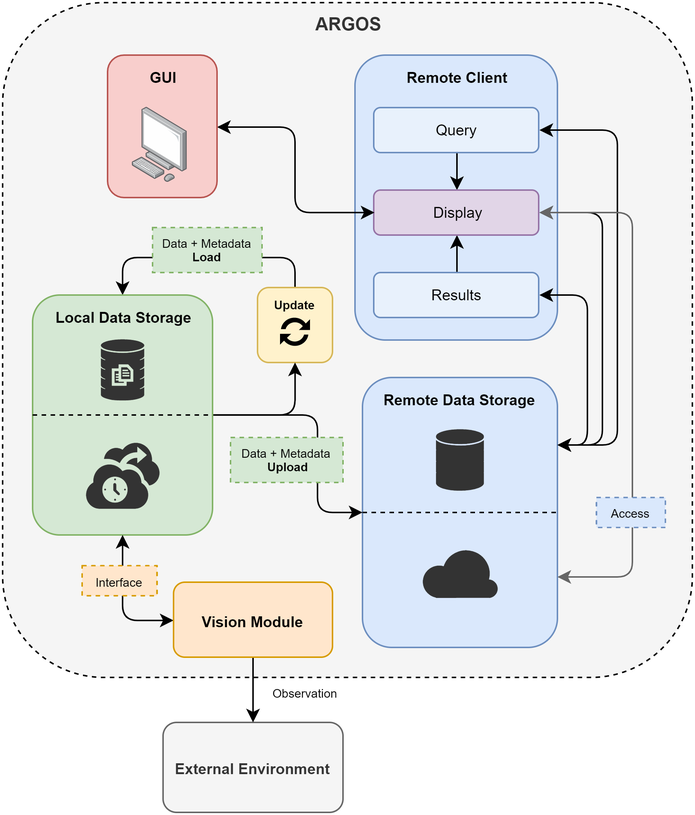
esrg-silent-howl/argos keeps this draw.io diagram as 3. Design/6. Database/database_ov.png. Above is the earlier version. Source tidied: cells renumbered, new cells last; positions are measured from the earlier drawing's top-left corner, leaving out a move shared by most shapes. Its diagram source:
```xml
<mxGraphModel>
  <root>
    <mxCell id="0" />
    <mxCell id="1" parent="0" />
    <mxCell id="2" value="&lt;span&gt;ARGOS&lt;/span&gt;" style="rounded=1;whiteSpace=wrap;html=1;dashed=1;verticalAlign=top;fontStyle=1;fillColor=#f5f5f5;strokeColor=#000000;fontColor=#333333;" parent="1" vertex="1">
      <mxGeometry width="460" height="450" as="geometry" />
    </mxCell>
    <mxCell id="3" style="edgeStyle=orthogonalEdgeStyle;rounded=1;jettySize=auto;html=1;exitX=0.5;exitY=0;exitDx=0;exitDy=0;entryX=0.5;entryY=0;entryDx=0;entryDy=0;fontSize=8;" parent="1" edge="1" source="4" target="8">
      <mxGeometry relative="1" as="geometry">
        <Array as="points">
          <mxPoint x="195" y="170" />
          <mxPoint x="80" y="170" />
        </Array>
      </mxGeometry>
    </mxCell>
    <mxCell id="4" value="Update" style="rounded=1;whiteSpace=wrap;html=1;strokeColor=#d6b656;fillColor=#fff2cc;fontSize=8;verticalAlign=top;fontStyle=1;" parent="1" vertex="1">
      <mxGeometry x="170" y="190" width="50" height="50" as="geometry" />
    </mxCell>
    <mxCell id="5" value="&lt;font size=&quot;1&quot;&gt;&lt;b&gt;Remote Data Storage&lt;/b&gt;&lt;/font&gt;" style="rounded=1;whiteSpace=wrap;html=1;strokeColor=#6c8ebf;fillColor=#dae8fc;verticalAlign=top;fontStyle=0;" parent="1" vertex="1">
      <mxGeometry x="240" y="250" width="130" height="180" as="geometry" />
    </mxCell>
    <mxCell id="6" style="edgeStyle=orthogonalEdgeStyle;rounded=1;jettySize=auto;html=1;entryX=0;entryY=0.5;entryDx=0;entryDy=0;exitX=1;exitY=0.5;exitDx=0;exitDy=0;" parent="1" edge="1" source="8" target="5">
      <mxGeometry relative="1" as="geometry">
        <Array as="points">
          <mxPoint x="210" y="275" />
          <mxPoint x="210" y="340" />
        </Array>
      </mxGeometry>
    </mxCell>
    <mxCell id="7" style="edgeStyle=orthogonalEdgeStyle;rounded=1;jettySize=auto;html=1;entryX=0.5;entryY=1;entryDx=0;entryDy=0;fontSize=8;" parent="1" edge="1" target="4">
      <mxGeometry relative="1" as="geometry">
        <mxPoint x="140" y="275" as="sourcePoint" />
      </mxGeometry>
    </mxCell>
    <mxCell id="8" value="&lt;font style=&quot;font-size: 10px&quot;&gt;Local Data Storage&lt;/font&gt;" style="rounded=1;whiteSpace=wrap;html=1;strokeColor=#82b366;fillColor=#d5e8d4;verticalAlign=top;fontStyle=1;" parent="1" vertex="1">
      <mxGeometry x="20" y="195" width="120" height="160" as="geometry" />
    </mxCell>
    <mxCell id="9" value="&lt;font style=&quot;font-size: 10px&quot;&gt;&lt;b&gt;External Environment&lt;/b&gt;&lt;/font&gt;" style="rounded=1;whiteSpace=wrap;html=1;strokeColor=#666666;fillColor=#f5f5f5;fontColor=#333333;fontStyle=0;" parent="1" vertex="1">
      <mxGeometry x="107" y="480" width="120" height="60" as="geometry" />
    </mxCell>
    <mxCell id="10" style="edgeStyle=orthogonalEdgeStyle;rounded=0;jettySize=auto;html=1;exitX=0.5;exitY=1;exitDx=0;exitDy=0;entryX=0.5;entryY=0;entryDx=0;entryDy=0;" parent="1" edge="1" source="12" target="9">
      <mxGeometry relative="1" as="geometry" />
    </mxCell>
    <mxCell id="11" style="edgeStyle=orthogonalEdgeStyle;rounded=1;jettySize=auto;html=1;exitX=0;exitY=0.5;exitDx=0;exitDy=0;fontSize=8;fontColor=#FFFFFF;startArrow=classic;startFill=1;" parent="1" edge="1" source="12" target="8">
      <mxGeometry relative="1" as="geometry" />
    </mxCell>
    <mxCell id="12" value="&lt;font size=&quot;1&quot;&gt;&lt;b&gt;Vision Module&lt;/b&gt;&lt;/font&gt;" style="rounded=1;whiteSpace=wrap;html=1;strokeColor=#d79b00;fillColor=#ffe6cc;fontStyle=0;" parent="1" vertex="1">
      <mxGeometry x="114" y="386.5" width="106" height="50" as="geometry" />
    </mxCell>
    <mxCell id="13" value="Data + Metadata&amp;nbsp;&lt;br&gt;&lt;b&gt;Upload&lt;/b&gt;" style="text;html=1;strokeColor=#82b366;fillColor=#d5e8d4;align=center;verticalAlign=middle;whiteSpace=wrap;rounded=0;dashed=1;fontSize=8;" parent="1" vertex="1">
      <mxGeometry x="152" y="290" width="75" height="30" as="geometry" />
    </mxCell>
    <mxCell id="14" value="&lt;font style=&quot;font-size: 8px&quot;&gt;Interface&lt;/font&gt;" style="text;html=1;strokeColor=#d79b00;fillColor=#ffe6cc;align=center;verticalAlign=middle;whiteSpace=wrap;rounded=0;dashed=1;fontSize=10;" parent="1" vertex="1">
      <mxGeometry x="53" y="375.5" width="50" height="20" as="geometry" />
    </mxCell>
    <mxCell id="15" style="endArrow=none;dashed=1;html=1;exitX=0;exitY=0.5;exitDx=0;exitDy=0;entryX=1;entryY=0.5;entryDx=0;entryDy=0;" parent="1" edge="1" source="5" target="5">
      <mxGeometry relative="1" as="geometry" />
    </mxCell>
    <mxCell id="16" style="endArrow=none;dashed=1;html=1;exitX=0;exitY=0.5;exitDx=0;exitDy=0;entryX=1;entryY=0.5;entryDx=0;entryDy=0;" parent="1" edge="1" source="8" target="8">
      <mxGeometry relative="1" as="geometry" />
    </mxCell>
    <mxCell id="17" style="verticalLabelPosition=bottom;html=1;verticalAlign=top;align=center;strokeColor=none;fillColor=#333333;shape=mxgraph.azure.backup_service;dashed=1;" parent="1" vertex="1">
      <mxGeometry x="55" y="292.5" width="50" height="45" as="geometry" />
    </mxCell>
    <mxCell id="18" style="html=1;strokeColor=none;shadow=0;align=center;verticalAlign=top;fillColor=#333333;shape=mxgraph.gcp2.database_3;dashed=1;" parent="1" vertex="1">
      <mxGeometry x="65.5" y="224.5" width="29" height="41" as="geometry" />
    </mxCell>
    <mxCell id="19" style="shadow=0;dashed=0;html=1;strokeColor=none;labelPosition=center;verticalLabelPosition=bottom;verticalAlign=top;align=center;fillColor=#000000;shape=mxgraph.mscae.intune.update;fontSize=8;direction=east;flipH=0;" parent="1" vertex="1">
      <mxGeometry x="185" y="209.5" width="20" height="20" as="geometry" />
    </mxCell>
    <mxCell id="20" style="html=1;strokeColor=#333333;shadow=0;align=center;verticalAlign=middle;fillColor=#333333;shape=mxgraph.gcp2.database_2;fontSize=8;fontColor=#333333;" parent="1" vertex="1">
      <mxGeometry x="289.5" y="285" width="31" height="40" as="geometry" />
    </mxCell>
    <mxCell id="21" style="verticalLabelPosition=bottom;html=1;verticalAlign=top;align=center;strokeColor=#333333;fillColor=#333333;shape=mxgraph.azure.cloud;fontSize=8;" parent="1" vertex="1">
      <mxGeometry x="280" y="364" width="50" height="32.5" as="geometry" />
    </mxCell>
    <mxCell id="22" value="Data + Metadata &lt;b&gt;Load&lt;/b&gt;" style="text;html=1;strokeColor=#82b366;fillColor=#d5e8d4;align=center;verticalAlign=middle;whiteSpace=wrap;rounded=0;dashed=1;fontSize=8;" parent="1" vertex="1">
      <mxGeometry x="100" y="150" width="73" height="30" as="geometry" />
    </mxCell>
    <mxCell id="23" value="&lt;font size=&quot;1&quot;&gt;&lt;b&gt;Remote Client&lt;/b&gt;&lt;/font&gt;" style="rounded=1;whiteSpace=wrap;html=1;strokeColor=#6c8ebf;fillColor=#dae8fc;verticalAlign=top;" parent="1" vertex="1">
      <mxGeometry x="235" y="35" width="135" height="190" as="geometry" />
    </mxCell>
    <mxCell id="24" style="edgeStyle=orthogonalEdgeStyle;rounded=1;jettySize=auto;html=1;exitX=0.5;exitY=1;exitDx=0;exitDy=0;entryX=0.5;entryY=0;entryDx=0;entryDy=0;startArrow=none;startFill=0;" parent="1" edge="1" source="25" target="28">
      <mxGeometry relative="1" as="geometry" />
    </mxCell>
    <mxCell id="25" value="&lt;font style=&quot;font-size: 10px&quot;&gt;Query&lt;/font&gt;" style="rounded=1;whiteSpace=wrap;html=1;strokeColor=#6c8ebf;fillColor=#E8F1FC;verticalAlign=top;fontStyle=0;" parent="1" vertex="1">
      <mxGeometry x="247.5" y="70" width="110" height="30" as="geometry" />
    </mxCell>
    <mxCell id="26" style="edgeStyle=orthogonalEdgeStyle;rounded=1;jettySize=auto;html=1;exitX=1;exitY=0.5;exitDx=0;exitDy=0;entryX=1;entryY=0.25;entryDx=0;entryDy=0;startArrow=classic;startFill=1;" parent="1" edge="1" source="28" target="5">
      <mxGeometry relative="1" as="geometry">
        <Array as="points">
          <mxPoint x="400" y="140" />
          <mxPoint x="400" y="295" />
        </Array>
      </mxGeometry>
    </mxCell>
    <mxCell id="27" style="edgeStyle=orthogonalEdgeStyle;rounded=1;jettySize=auto;html=1;exitX=0.5;exitY=1;exitDx=0;exitDy=0;entryX=0.5;entryY=0;entryDx=0;entryDy=0;startArrow=classic;startFill=1;endArrow=none;endFill=0;" parent="1" edge="1" source="28" target="29">
      <mxGeometry relative="1" as="geometry" />
    </mxCell>
    <mxCell id="28" value="&lt;font style=&quot;font-size: 10px&quot;&gt;Display&lt;/font&gt;" style="rounded=1;whiteSpace=wrap;html=1;strokeColor=#9673a6;fillColor=#e1d5e7;verticalAlign=top;fontStyle=0;" parent="1" vertex="1">
      <mxGeometry x="247.5" y="125" width="110" height="30" as="geometry" />
    </mxCell>
    <mxCell id="29" value="&lt;font style=&quot;font-size: 10px&quot;&gt;Results&lt;/font&gt;" style="rounded=1;whiteSpace=wrap;html=1;strokeColor=#6C8EBF;fillColor=#E8F1FC;verticalAlign=top;fontStyle=0;" parent="1" vertex="1">
      <mxGeometry x="247.5" y="180" width="110" height="30" as="geometry" />
    </mxCell>
    <mxCell id="30" style="edgeStyle=orthogonalEdgeStyle;rounded=1;jettySize=auto;html=1;exitX=1;exitY=0.25;exitDx=0;exitDy=0;entryX=1;entryY=0.5;entryDx=0;entryDy=0;startArrow=classic;startFill=1;" parent="1" edge="1" source="5" target="25">
      <mxGeometry relative="1" as="geometry">
        <Array as="points">
          <mxPoint x="410" y="295" />
          <mxPoint x="410" y="85" />
        </Array>
      </mxGeometry>
    </mxCell>
    <mxCell id="31" style="edgeStyle=orthogonalEdgeStyle;rounded=1;jettySize=auto;html=1;exitX=1;exitY=0.5;exitDx=0;exitDy=0;entryX=1;entryY=0.25;entryDx=0;entryDy=0;startArrow=classic;startFill=1;" parent="1" edge="1" source="29" target="5">
      <mxGeometry relative="1" as="geometry">
        <Array as="points">
          <mxPoint x="390" y="195" />
          <mxPoint x="390" y="295" />
        </Array>
      </mxGeometry>
    </mxCell>
    <mxCell id="32" style="edgeStyle=orthogonalEdgeStyle;rounded=1;jettySize=auto;html=1;exitX=1;exitY=0.5;exitDx=0;exitDy=0;entryX=0;entryY=0.5;entryDx=0;entryDy=0;startArrow=classic;startFill=1;" parent="1" edge="1" source="33" target="28">
      <mxGeometry relative="1" as="geometry" />
    </mxCell>
    <mxCell id="33" value="&lt;div&gt;&lt;span style=&quot;font-size: 10px&quot;&gt;GUI&lt;/span&gt;&lt;/div&gt;" style="rounded=1;whiteSpace=wrap;html=1;strokeColor=#b85450;fillColor=#f8cecc;verticalAlign=top;align=center;fontStyle=1;" parent="1" vertex="1">
      <mxGeometry x="70" y="35" width="73" height="95" as="geometry" />
    </mxCell>
    <mxCell id="34" style="html=1;align=center;shadow=0;dashed=0;image;image=img/lib/allied_telesis/computer_and_terminals/Personal_Computer.svg;strokeColor=#6C8EBF;fillColor=#000000;" parent="1" vertex="1">
      <mxGeometry x="86" y="70" width="38" height="50" as="geometry" />
    </mxCell>
    <mxCell id="35" style="edgeStyle=orthogonalEdgeStyle;rounded=1;jettySize=auto;html=1;exitX=0.999;exitY=0.738;exitDx=0;exitDy=0;entryX=1;entryY=0.5;entryDx=0;entryDy=0;startArrow=classic;startFill=1;fillColor=#f5f5f5;strokeColor=#666666;exitPerimeter=0;" parent="1" edge="1" source="5" target="28">
      <mxGeometry relative="1" as="geometry">
        <Array as="points">
          <mxPoint x="380" y="383" />
          <mxPoint x="420" y="383" />
          <mxPoint x="420" y="145" />
        </Array>
      </mxGeometry>
    </mxCell>
    <mxCell id="36" value="&lt;font style=&quot;font-size: 8px&quot;&gt;Observation&lt;/font&gt;" style="text;html=1;strokeColor=none;fillColor=none;align=center;verticalAlign=middle;whiteSpace=wrap;rounded=0;dashed=1;fontSize=10;" parent="1" vertex="1">
      <mxGeometry x="167" y="450" width="70" height="20" as="geometry" />
    </mxCell>
    <mxCell id="37" value="&lt;font style=&quot;font-size: 8px&quot;&gt;Access&lt;/font&gt;" style="text;html=1;align=center;verticalAlign=middle;whiteSpace=wrap;rounded=0;dashed=1;fontSize=10;fillColor=#dae8fc;strokeColor=#6c8ebf;" parent="1" vertex="1">
      <mxGeometry x="396" y="330" width="46" height="20" as="geometry" />
    </mxCell>
  </root>
</mxGraphModel>
```
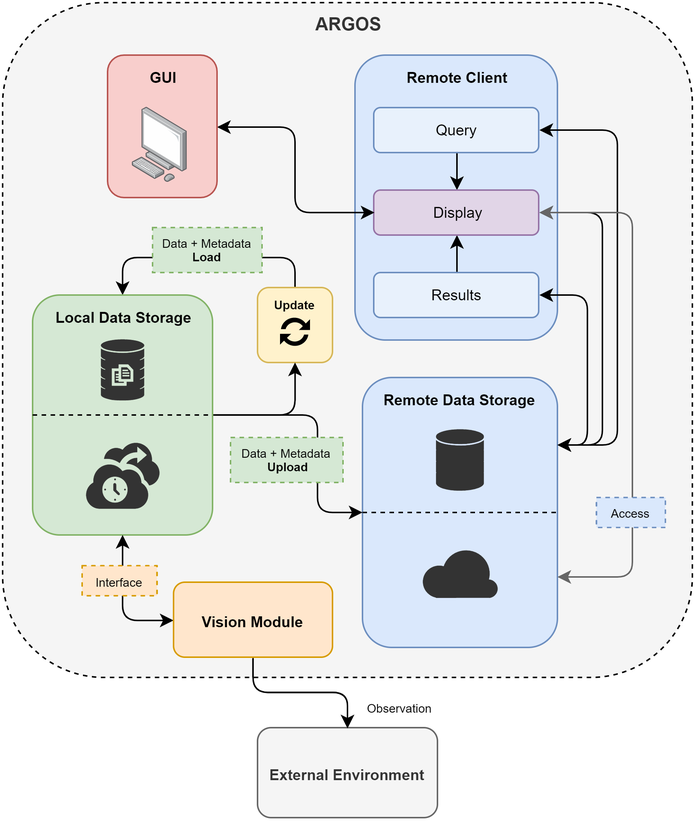
Above is the later version.

The edit, as a diff of the source:
```diff
@@ -36,9 +36,9 @@
       <mxGeometry x="20" y="195" width="120" height="160" as="geometry" />
     </mxCell>
     <mxCell id="9" value="&lt;font style=&quot;font-size: 10px&quot;&gt;&lt;b&gt;External Environment&lt;/b&gt;&lt;/font&gt;" style="rounded=1;whiteSpace=wrap;html=1;strokeColor=#666666;fillColor=#f5f5f5;fontColor=#333333;fontStyle=0;" parent="1" vertex="1">
-      <mxGeometry x="107" y="480" width="120" height="60" as="geometry" />
+      <mxGeometry x="170" y="483.5" width="120" height="60" as="geometry" />
     </mxCell>
-    <mxCell id="10" style="edgeStyle=orthogonalEdgeStyle;rounded=0;jettySize=auto;html=1;exitX=0.5;exitY=1;exitDx=0;exitDy=0;entryX=0.5;entryY=0;entryDx=0;entryDy=0;" parent="1" edge="1" source="12" target="9">
+    <mxCell id="10" style="edgeStyle=orthogonalEdgeStyle;rounded=1;jettySize=auto;html=1;exitX=0.5;exitY=1;exitDx=0;exitDy=0;entryX=0.5;entryY=0;entryDx=0;entryDy=0;" parent="1" edge="1" source="12" target="9">
       <mxGeometry relative="1" as="geometry" />
     </mxCell>
     <mxCell id="11" style="edgeStyle=orthogonalEdgeStyle;rounded=1;jettySize=auto;html=1;exitX=0;exitY=0.5;exitDx=0;exitDy=0;fontSize=8;fontColor=#FFFFFF;startArrow=classic;startFill=1;" parent="1" edge="1" source="12" target="8">
@@ -138,7 +138,7 @@
       </mxGeometry>
     </mxCell>
     <mxCell id="36" value="&lt;font style=&quot;font-size: 8px&quot;&gt;Observation&lt;/font&gt;" style="text;html=1;strokeColor=none;fillColor=none;align=center;verticalAlign=middle;whiteSpace=wrap;rounded=0;dashed=1;fontSize=10;" parent="1" vertex="1">
-      <mxGeometry x="167" y="450" width="70" height="20" as="geometry" />
+      <mxGeometry x="230" y="460" width="70" height="20" as="geometry" />
     </mxCell>
     <mxCell id="37" value="&lt;font style=&quot;font-size: 8px&quot;&gt;Access&lt;/font&gt;" style="text;html=1;align=center;verticalAlign=middle;whiteSpace=wrap;rounded=0;dashed=1;fontSize=10;fillColor=#dae8fc;strokeColor=#6c8ebf;" parent="1" vertex="1">
       <mxGeometry x="396" y="330" width="46" height="20" as="geometry" />
```
